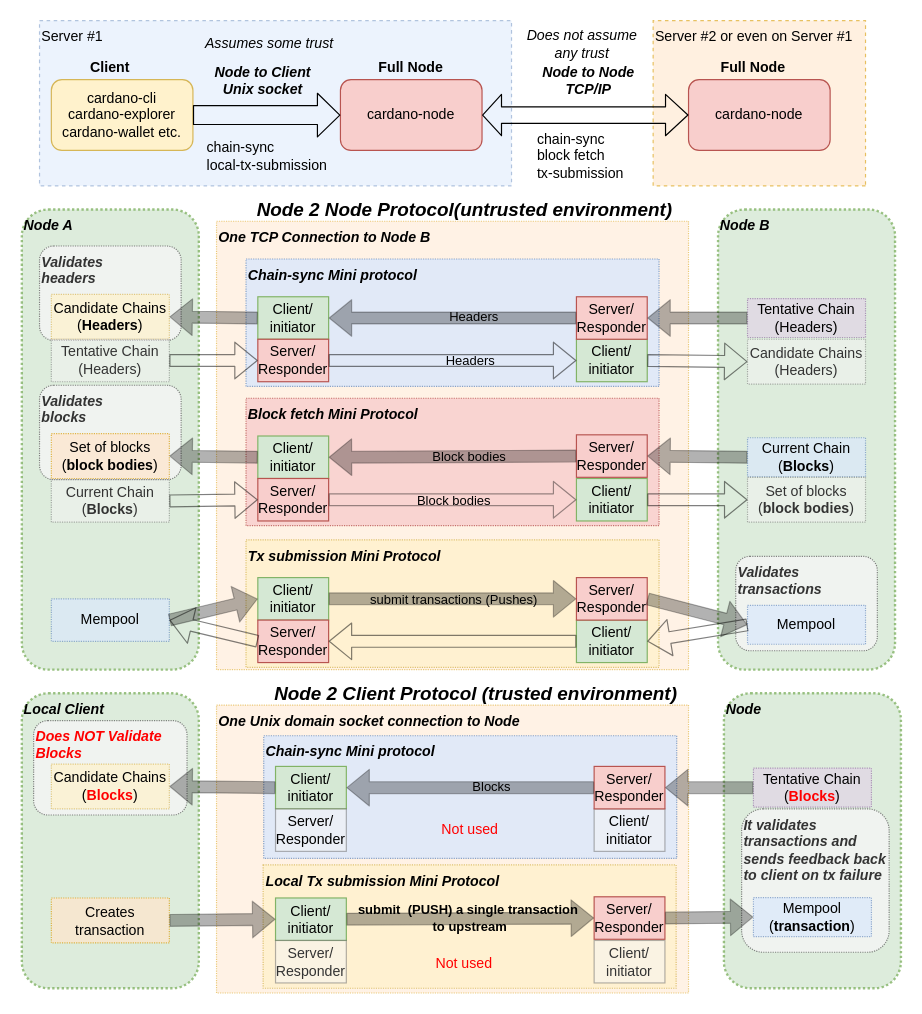
Earlier version of the draw.io diagram diagrams/Network_Communications.drawio (ilap/ShelleyStuffs). Source tidied: cells renumbered, new cells numbered last; positions are measured from the earlier drawing's top-left corner, leaving out a move shared by most shapes. Both pictures are drawn from the tidied source at 118%, with x=0, y=0 at pixel (21, 20).
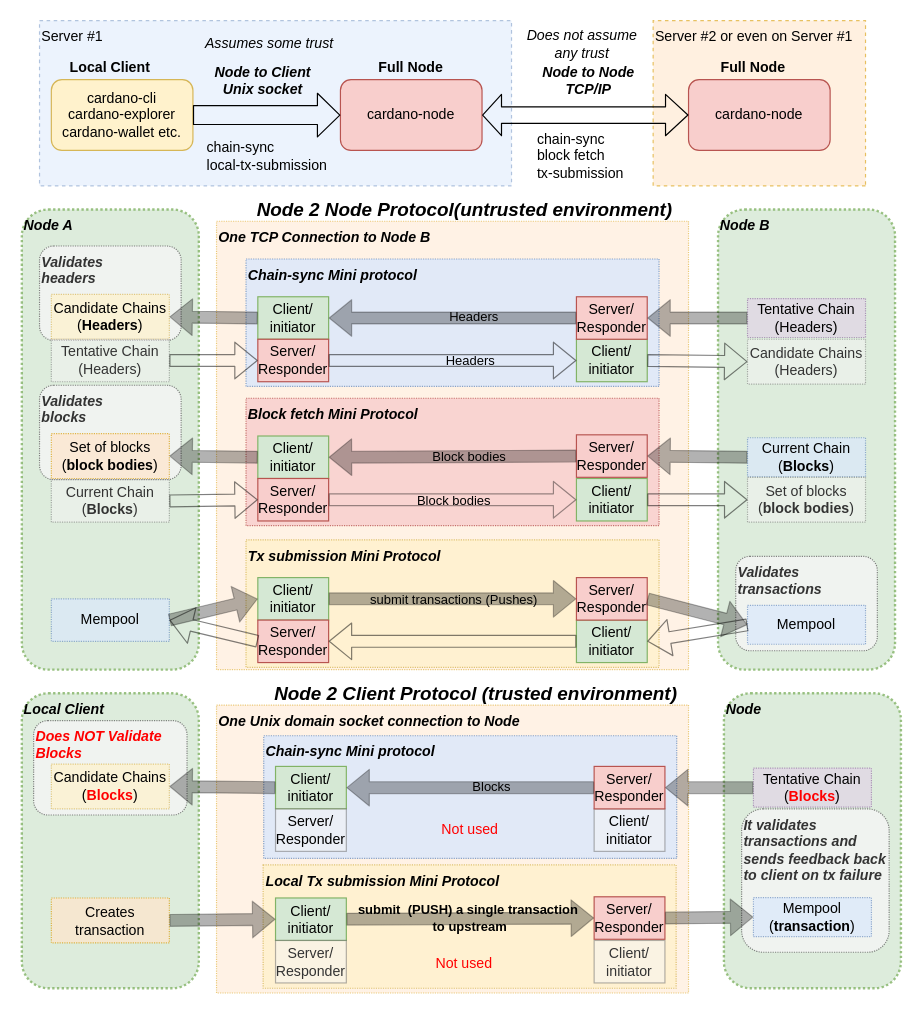
After the change.

Change to the diagram source:
```diff
@@
-    <mxCell id="17" value="Client" style="text;html=1;strokeColor=none;fillColor=none;align=center;verticalAlign=middle;whiteSpace=wrap;rounded=0;fontSize=12;fontStyle=1;" parent="1" vertex="1">
-      <mxGeometry x="55" y="30" width="40" height="20" as="geometry" />
+    <mxCell id="17" value="Local Client" style="text;html=1;strokeColor=none;fillColor=none;align=center;verticalAlign=middle;whiteSpace=wrap;rounded=0;fontSize=12;fontStyle=1;" parent="1" vertex="1">
+      <mxGeometry x="35" y="30" width="80" height="20" as="geometry" />
     </mxCell>
```
